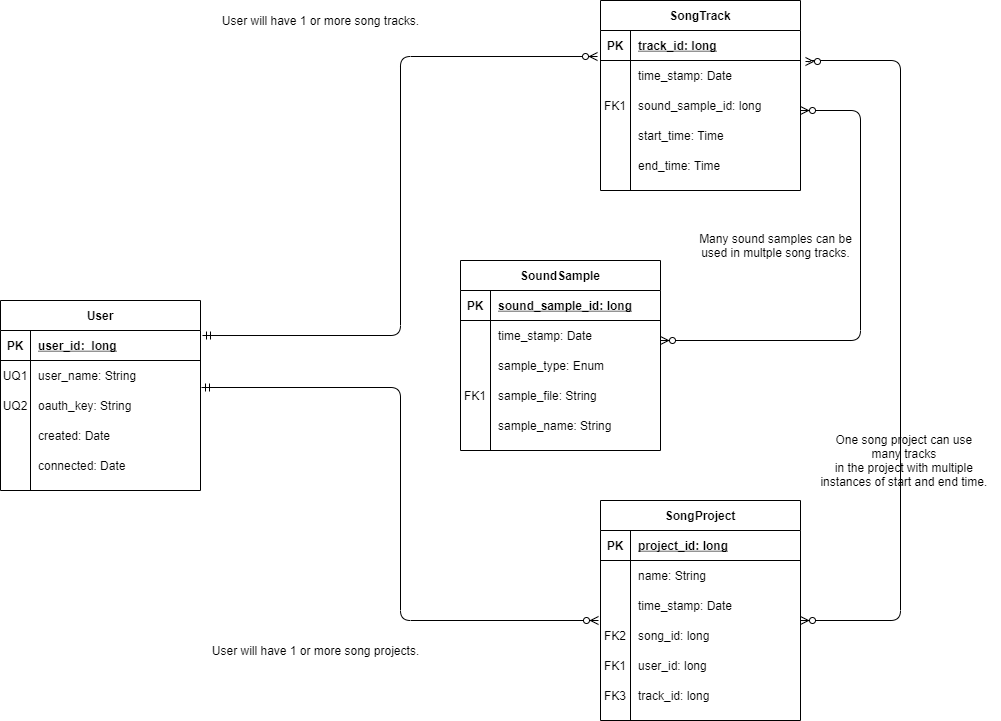
Earlier version of the draw.io export docs/img/erd.png (sound-doodle/sound-doodle.github.io). Source tidied: cells renumbered, new cells last; positions are measured from the earlier drawing's top-left corner, leaving out a move shared by most shapes.
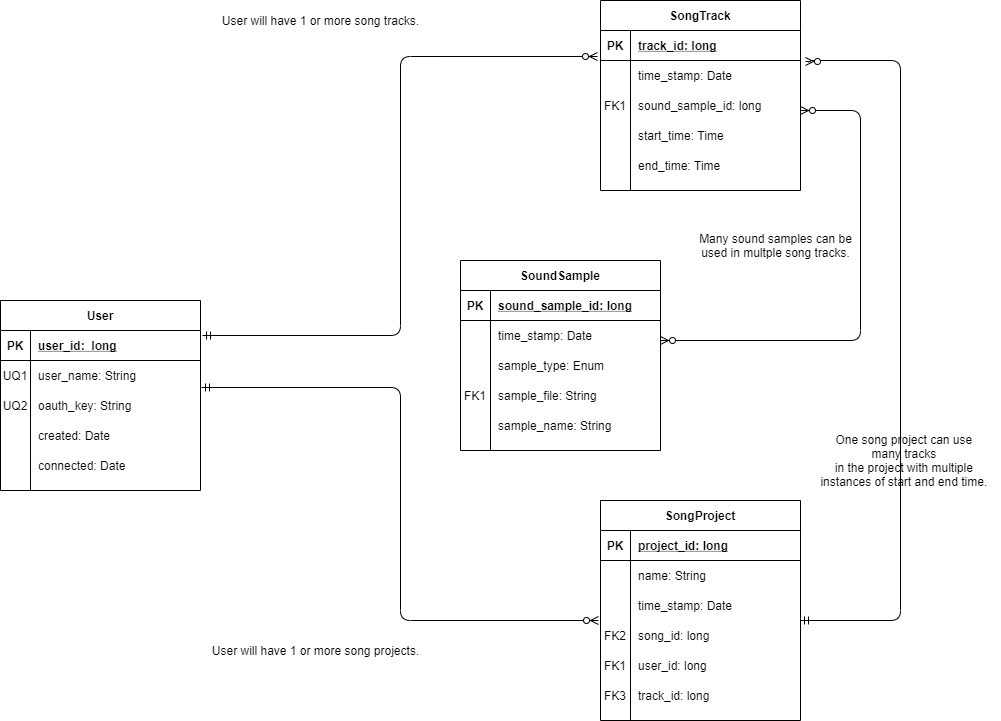
After the change.

The edit, as a diff of the source:
```diff
@@ -233,7 +233,7 @@
     <mxCell id="74" value="Many sound samples can be&lt;br&gt;used in multple song tracks." style="text;html=1;align=center;verticalAlign=middle;strokeColor=none;" parent="1" vertex="1">
       <mxGeometry x="690" y="230" width="170" height="30" as="geometry" />
     </mxCell>
-    <mxCell id="75" style="fontSize=12;html=1;endArrow=ERzeroToMany;startArrow=ERzeroToMany;edgeStyle=orthogonalEdgeStyle;endFill=1;startFill=1;entryX=1;entryY=1;entryDx=0;entryDy=0;entryPerimeter=0;exitX=1.025;exitY=0.033;exitDx=0;exitDy=0;exitPerimeter=0;" parent="1" edge="1" source="22" target="57">
+    <mxCell id="75" style="fontSize=12;html=1;endArrow=ERmandOne;startArrow=ERzeroToMany;edgeStyle=orthogonalEdgeStyle;endFill=0;startFill=1;entryX=1;entryY=1;entryDx=0;entryDy=0;entryPerimeter=0;exitX=1.025;exitY=0.033;exitDx=0;exitDy=0;exitPerimeter=0;" parent="1" edge="1" source="22" target="57">
       <mxGeometry relative="1" as="geometry">
         <Array as="points">
           <mxPoint x="810" y="61" />
```
